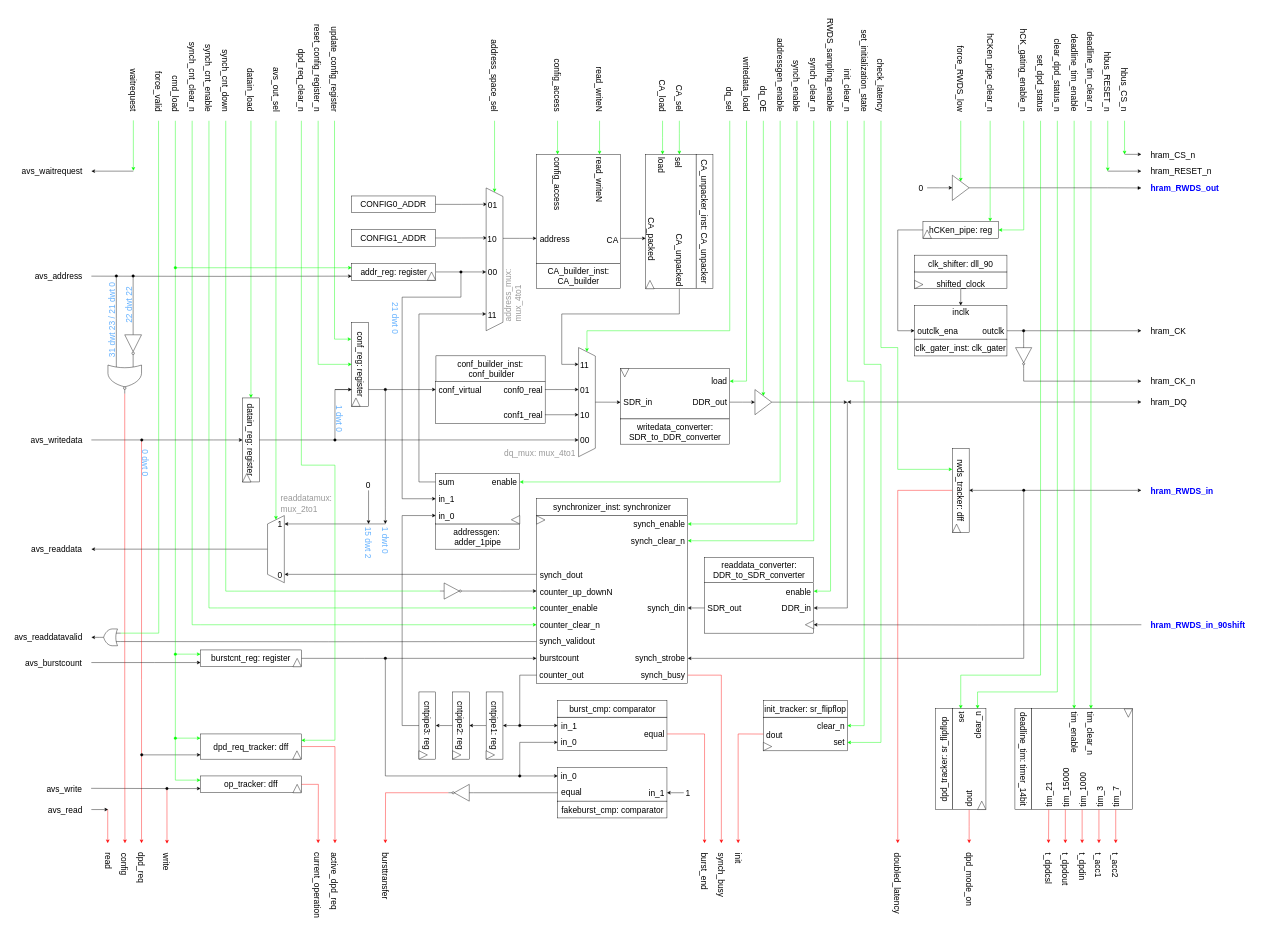
Above: page "RTL TEST" (9 of 9) of hyperram_system/ip/avs_to_hram_converter/schematics/avs_to_hram_converter.drawio in AndreaBononi/Intel_Cyclone10LP_systems (draw.io), before the change. Source tidied: cells renumbered, new cells numbered last; positions are measured from the earlier drawing's top-left corner, leaving out a move shared by most shapes. Both pictures are drawn from the tidied source at 42%, with x=0, y=0 at pixel (7, 51).
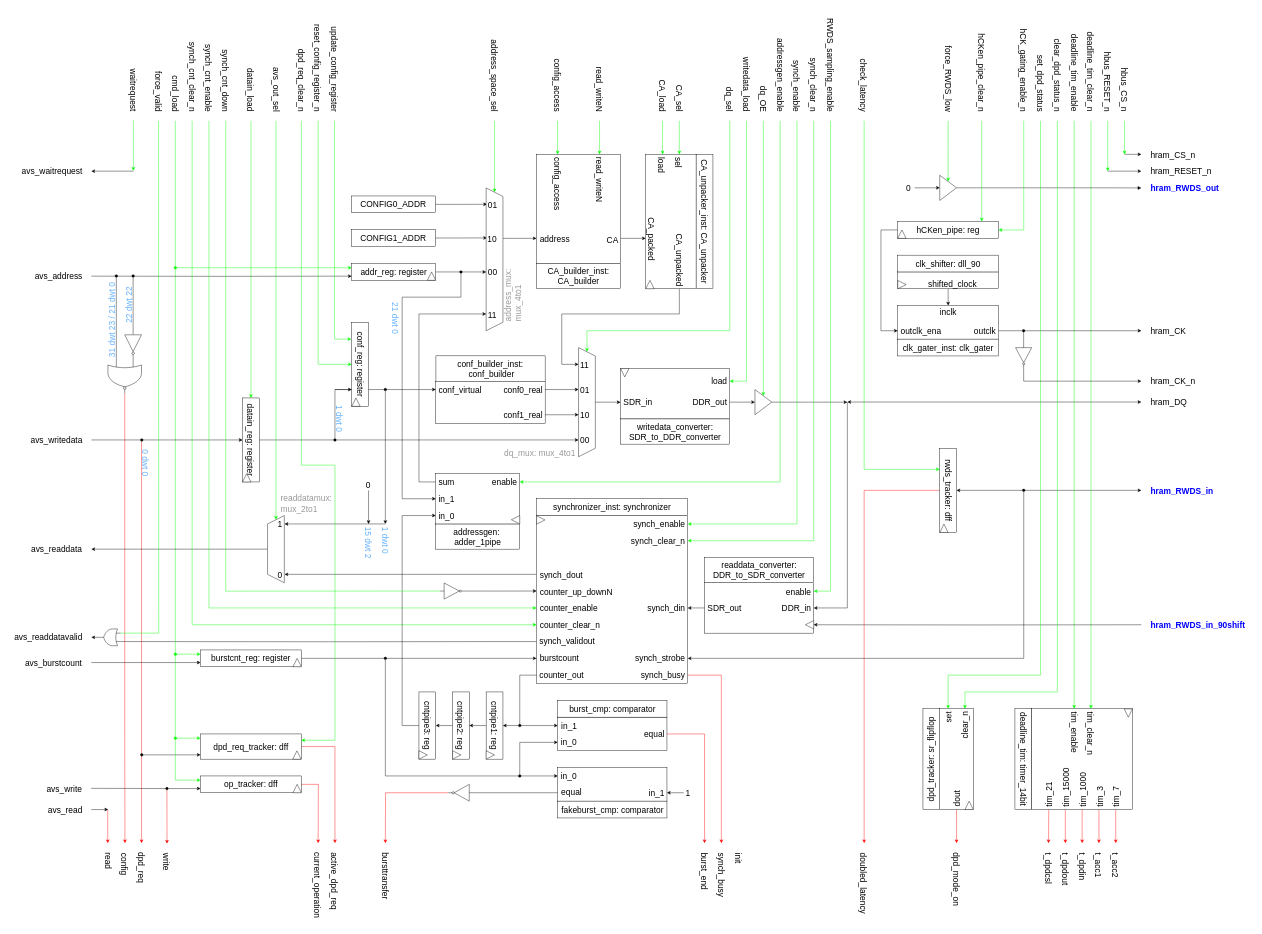
Above is the later version.

Change to the diagram source:
```diff
@@
     <mxCell id="34" style="edgeStyle=orthogonalEdgeStyle;rounded=0;jettySize=auto;html=1;strokeColor=default;entryX=0;entryY=0.75;entryDx=0;entryDy=0;exitX=0.5;exitY=1;exitDx=0;exitDy=0;" parent="1" edge="1" source="328" target="70">
       <mxGeometry relative="1" as="geometry">
         <Array as="points">
-          <mxPoint x="2120" y="425" />
-          <mxPoint x="2120" y="665" />
+          <mxPoint x="2080" y="425" />
+          <mxPoint x="2080" y="665" />
         </Array>
       </mxGeometry>
     </mxCell>
@@
     <mxCell id="38" style="rounded=0;whiteSpace=wrap;html=1;fontSize=20;rotation=0;" parent="1" vertex="1">
-      <mxGeometry x="2160" y="525" width="220" height="40" as="geometry" />
+      <mxGeometry x="2120" y="525" width="240" height="40" as="geometry" />
     </mxCell>
     <mxCell id="39" value="&lt;font style=&quot;font-size: 20px;&quot;&gt;clk_shifter: dll_90&lt;br style=&quot;font-size: 20px;&quot;&gt;&lt;/font&gt;" style="rounded=0;whiteSpace=wrap;html=1;fontSize=20;rotation=0;" parent="1" vertex="1">
-      <mxGeometry x="2160" y="485" width="220" height="40" as="geometry" />
+      <mxGeometry x="2120" y="485" width="240" height="40" as="geometry" />
     </mxCell>
     <mxCell id="40" value="&lt;div align=&quot;center&quot; style=&quot;font-size: 20px;&quot;&gt;&lt;font style=&quot;font-size: 20px;&quot;&gt;shifted_clock&lt;/font&gt;&lt;/div&gt;" style="text;html=1;align=center;verticalAlign=middle;strokeColor=none;fillColor=none;fontSize=20;rotation=0;" parent="1" vertex="1">
-      <mxGeometry x="2200" y="533" width="140" height="40" as="geometry" />
+      <mxGeometry x="2180" y="533" width="140" height="40" as="geometry" />
     </mxCell>
@@
     <mxCell id="49" value="dpd_mode_on" style="text;html=1;align=left;verticalAlign=middle;strokeColor=none;fillColor=none;fontSize=20;rotation=90;" parent="1" vertex="1">
-      <mxGeometry x="2215" y="1960" width="150" height="40" as="geometry" />
+      <mxGeometry x="2185" y="1960" width="150" height="40" as="geometry" />
     </mxCell>
-    <mxCell id="50" style="edgeStyle=orthogonalEdgeStyle;rounded=0;jettySize=auto;html=1;strokeColor=#00FF00;entryX=1;entryY=0.25;entryDx=0;entryDy=0;" parent="1" edge="1" target="303">
-      <mxGeometry relative="1" as="geometry">
-        <mxPoint x="2000" y="165" as="sourcePoint" />
-        <Array as="points">
-          <mxPoint x="2000" y="785" />
-          <mxPoint x="2040" y="785" />
-          <mxPoint x="2040" y="1605" />
-        </Array>
-      </mxGeometry>
-    </mxCell>
@@
-    <mxCell id="52" style="edgeStyle=orthogonalEdgeStyle;rounded=0;jettySize=auto;html=1;strokeColor=#00FF00;entryX=1;entryY=0.75;entryDx=0;entryDy=0;" parent="1" edge="1" target="303">
-      <mxGeometry relative="1" as="geometry">
-        <mxPoint x="2040" y="165" as="sourcePoint" />
-        <Array as="points">
-          <mxPoint x="2040" y="745" />
-          <mxPoint x="2080" y="745" />
-          <mxPoint x="2080" y="1645" />
-        </Array>
-      </mxGeometry>
-    </mxCell>
@@
     <mxCell id="70" style="rounded=0;whiteSpace=wrap;html=1;fontSize=20;rotation=0;" parent="1" vertex="1">
-      <mxGeometry x="2160" y="605" width="220" height="80" as="geometry" />
+      <mxGeometry x="2120" y="605" width="240" height="80" as="geometry" />
     </mxCell>
     <mxCell id="71" value="&lt;font style=&quot;font-size: 20px;&quot;&gt;clk_gater_inst: clk_gater&lt;br style=&quot;font-size: 20px;&quot;&gt;&lt;/font&gt;" style="rounded=0;whiteSpace=wrap;html=1;fontSize=20;rotation=0;" parent="1" vertex="1">
-      <mxGeometry x="2160" y="685" width="220" height="40" as="geometry" />
+      <mxGeometry x="2120" y="685" width="240" height="40" as="geometry" />
     </mxCell>
     <mxCell id="72" value="outclk" style="text;html=1;align=right;verticalAlign=middle;strokeColor=none;fillColor=none;fontSize=20;rotation=0;" parent="1" vertex="1">
-      <mxGeometry x="2295" y="645" width="80" height="40" as="geometry" />
+      <mxGeometry x="2275" y="645" width="80" height="40" as="geometry" />
     </mxCell>
     <mxCell id="73" value="outclk_ena" style="text;html=1;align=left;verticalAlign=middle;strokeColor=none;fillColor=none;fontSize=20;rotation=0;" parent="1" vertex="1">
-      <mxGeometry x="2165" y="645" width="120" height="40" as="geometry" />
+      <mxGeometry x="2125" y="645" width="120" height="40" as="geometry" />
     </mxCell>
@@
     <mxCell id="136" style="edgeStyle=orthogonalEdgeStyle;rounded=0;jettySize=auto;html=1;strokeColor=#00FF00;entryX=0.5;entryY=0;entryDx=0;entryDy=0;" parent="1" edge="1" target="171">
       <mxGeometry relative="1" as="geometry">
-        <mxPoint x="2270" y="165" as="sourcePoint" />
+        <mxPoint x="2240" y="165" as="sourcePoint" />
         <Array as="points">
-          <mxPoint x="2270" y="225" />
-          <mxPoint x="2270" y="225" />
+          <mxPoint x="2240" y="225" />
+          <mxPoint x="2240" y="225" />
         </Array>
       </mxGeometry>
     </mxCell>
     <mxCell id="137" value="&lt;font style=&quot;font-size: 20px;&quot;&gt;force_RWDS_low&lt;/font&gt;" style="text;html=1;align=right;verticalAlign=middle;strokeColor=none;fillColor=none;rotation=90;fontSize=15;" parent="1" vertex="1">
-      <mxGeometry x="2180" y="35" width="180" height="40" as="geometry" />
+      <mxGeometry x="2150" y="35" width="180" height="40" as="geometry" />
     </mxCell>
@@
     <mxCell id="142" style="endArrow=classic;html=1;rounded=0;strokeColor=#FF0000;edgeStyle=orthogonalEdgeStyle;exitX=1;exitY=0.5;exitDx=0;exitDy=0;" parent="1" edge="1" source="144">
       <mxGeometry relative="1" as="geometry">
-        <mxPoint x="2120" y="1885" as="targetPoint" />
+        <mxPoint x="2040" y="1885" as="targetPoint" />
         <Array as="points">
-          <mxPoint x="2120" y="1045" />
-          <mxPoint x="2120" y="1885" />
+          <mxPoint x="2040" y="1045" />
+          <mxPoint x="2040" y="1885" />
         </Array>
       </mxGeometry>
     </mxCell>
     <mxCell id="143" value="doubled_latency" style="text;html=1;align=left;verticalAlign=middle;strokeColor=none;fillColor=none;fontSize=20;rotation=90;" parent="1" vertex="1">
-      <mxGeometry x="2035" y="1971" width="170" height="40" as="geometry" />
+      <mxGeometry x="1954" y="1971" width="170" height="40" as="geometry" />
     </mxCell>
     <mxCell id="144" value="&lt;font style=&quot;font-size: 20px;&quot;&gt;rwds_tracker: dff&lt;/font&gt;" style="rounded=0;whiteSpace=wrap;html=1;horizontal=1;direction=south;fontSize=20;rotation=90;" parent="1" vertex="1">
-      <mxGeometry x="2170" y="1025" width="200" height="40" as="geometry" />
+      <mxGeometry x="2140" y="1025" width="200" height="40" as="geometry" />
     </mxCell>
     <mxCell id="145" style="triangle;whiteSpace=wrap;html=1;direction=east;fontSize=15;horizontal=1;rotation=-90;" parent="1" vertex="1">
-      <mxGeometry x="2250" y="1125.5" width="20" height="19.5" as="geometry" />
+      <mxGeometry x="2220" y="1125.5" width="20" height="19.5" as="geometry" />
     </mxCell>
-    <mxCell id="146" style="edgeStyle=orthogonalEdgeStyle;rounded=0;orthogonalLoop=1;jettySize=auto;html=1;strokeColor=#00FF00;" parent="1" edge="1">
+    <mxCell id="146" style="edgeStyle=orthogonalEdgeStyle;rounded=0;jettySize=auto;html=1;strokeColor=#00FF00;entryX=1;entryY=0.75;entryDx=0;entryDy=0;" parent="1" edge="1" target="144">
       <mxGeometry relative="1" as="geometry">
-        <mxPoint x="2080" y="165" as="sourcePoint" />
-        <mxPoint x="2250" y="995" as="targetPoint" />
+        <mxPoint x="2040" y="165" as="sourcePoint" />
         <Array as="points">
-          <mxPoint x="2080" y="705" />
-          <mxPoint x="2120" y="705" />
-          <mxPoint x="2120" y="995" />
+          <mxPoint x="2040" y="995" />
         </Array>
       </mxGeometry>
     </mxCell>
     <mxCell id="147" value="&lt;font style=&quot;font-size: 20px;&quot;&gt;check_latency&lt;/font&gt;" style="text;html=1;align=right;verticalAlign=middle;strokeColor=none;fillColor=none;rotation=90;fontSize=15;" parent="1" vertex="1">
-      <mxGeometry x="2005" y="50" width="150" height="40" as="geometry" />
+      <mxGeometry x="1964" y="50" width="150" height="40" as="geometry" />
     </mxCell>
@@
     <mxCell id="170" style="edgeStyle=orthogonalEdgeStyle;rounded=0;jettySize=auto;html=1;exitX=0;exitY=0.5;exitDx=0;exitDy=0;entryX=0;entryY=0.5;entryDx=0;entryDy=0;" parent="1" edge="1" target="171">
       <mxGeometry relative="1" as="geometry">
-        <mxPoint x="2190" y="324.7" as="sourcePoint" />
+        <mxPoint x="2160" y="324.7" as="sourcePoint" />
         <Array as="points">
-          <mxPoint x="2220" y="323.9" />
-          <mxPoint x="2220" y="323.9" />
+          <mxPoint x="2190" y="323.9" />
+          <mxPoint x="2190" y="323.9" />
         </Array>
       </mxGeometry>
     </mxCell>
     <mxCell id="171" style="triangle;whiteSpace=wrap;html=1;align=left;" parent="1" vertex="1">
-      <mxGeometry x="2250" y="294.7" width="40" height="60" as="geometry" />
+      <mxGeometry x="2220" y="294.7" width="40" height="60" as="geometry" />
     </mxCell>
     <mxCell id="172" value="&lt;font style=&quot;font-size: 20px;&quot;&gt;0&lt;/font&gt;" style="text;html=1;align=center;verticalAlign=middle;strokeColor=none;fillColor=none;" parent="1" vertex="1">
-      <mxGeometry x="2160" y="305.1" width="30" height="40" as="geometry" />
+      <mxGeometry x="2130" y="305.1" width="30" height="40" as="geometry" />
     </mxCell>
@@
     <mxCell id="291" style="edgeStyle=orthogonalEdgeStyle;rounded=0;jettySize=auto;html=1;exitX=0;exitY=0.5;exitDx=0;exitDy=0;strokeColor=#FF0000;" parent="1" edge="1" source="292">
       <mxGeometry relative="1" as="geometry">
-        <mxPoint x="2290" y="1885" as="targetPoint" />
+        <mxPoint x="2260" y="1885" as="targetPoint" />
       </mxGeometry>
     </mxCell>
     <mxCell id="292" style="rounded=0;whiteSpace=wrap;html=1;fontSize=20;rotation=-90;" parent="1" vertex="1">
-      <mxGeometry x="2170" y="1645" width="240" height="80" as="geometry" />
+      <mxGeometry x="2140" y="1645" width="240" height="80" as="geometry" />
     </mxCell>
     <mxCell id="293" value="&lt;font style=&quot;font-size: 20px;&quot;&gt;dpd_tracker: sr_flipflop&lt;/font&gt;" style="rounded=0;whiteSpace=wrap;html=1;fontSize=20;rotation=-90;" parent="1" vertex="1">
-      <mxGeometry x="2110" y="1665" width="240" height="40" as="geometry" />
+      <mxGeometry x="2080" y="1665" width="240" height="40" as="geometry" />
     </mxCell>
     <mxCell id="294" value="set" style="text;html=1;align=right;verticalAlign=middle;strokeColor=none;fillColor=none;fontSize=20;rotation=-89;" parent="1" vertex="1">
-      <mxGeometry x="2245" y="1575.2" width="50" height="40" as="geometry" />
+      <mxGeometry x="2215" y="1575.2" width="50" height="40" as="geometry" />
     </mxCell>
     <mxCell id="295" value="&lt;div style=&quot;font-size: 20px;&quot;&gt;dout&lt;/div&gt;" style="text;html=1;align=left;verticalAlign=middle;strokeColor=none;fillColor=none;fontSize=20;rotation=-90;" parent="1" vertex="1">
-      <mxGeometry x="2260" y="1750" width="60" height="40" as="geometry" />
+      <mxGeometry x="2230" y="1750" width="60" height="40" as="geometry" />
     </mxCell>
     <mxCell id="296" style="triangle;whiteSpace=wrap;html=1;direction=east;fontSize=20;rotation=-90;" parent="1" vertex="1">
-      <mxGeometry x="2310" y="1785" width="20" height="20" as="geometry" />
+      <mxGeometry x="2280" y="1785" width="20" height="20" as="geometry" />
     </mxCell>
     <mxCell id="297" value="clear_n" style="text;html=1;align=right;verticalAlign=middle;strokeColor=none;fillColor=none;fontSize=20;rotation=-90;" parent="1" vertex="1">
-      <mxGeometry x="2265" y="1595" width="90" height="40" as="geometry" />
+      <mxGeometry x="2235" y="1595" width="90" height="40" as="geometry" />
     </mxCell>
@@
     <mxCell id="299" style="edgeStyle=orthogonalEdgeStyle;rounded=0;jettySize=auto;html=1;strokeColor=#00FF00;entryX=1;entryY=0.75;entryDx=0;entryDy=0;" parent="1" edge="1" target="292">
       <mxGeometry relative="1" as="geometry">
         <mxPoint x="2500" y="165" as="sourcePoint" />
         <Array as="points">
           <mxPoint x="2500" y="1525" />
-          <mxPoint x="2310" y="1525" />
+          <mxPoint x="2280" y="1525" />
         </Array>
       </mxGeometry>
     </mxCell>
     <mxCell id="300" style="edgeStyle=orthogonalEdgeStyle;rounded=0;jettySize=auto;html=1;strokeColor=#00FF00;entryX=1;entryY=0.25;entryDx=0;entryDy=0;" parent="1" edge="1" target="292">
       <mxGeometry relative="1" as="geometry">
         <mxPoint x="2460" y="165" as="sourcePoint" />
         <Array as="points">
           <mxPoint x="2460" y="1485" />
-          <mxPoint x="2270" y="1485" />
+          <mxPoint x="2240" y="1485" />
         </Array>
       </mxGeometry>
     </mxCell>
-    <mxCell id="301" value="set_initialization_state" style="text;html=1;align=right;verticalAlign=middle;strokeColor=none;fillColor=none;fontSize=20;rotation=90;" parent="1" vertex="1">
-      <mxGeometry x="1930" y="15.1" width="220" height="40" as="geometry" />
-    </mxCell>
-    <mxCell id="302" value="init_clear_n" style="text;html=1;align=right;verticalAlign=middle;strokeColor=none;fillColor=none;fontSize=20;rotation=90;" parent="1" vertex="1">
-      <mxGeometry x="1935" y="60.1" width="130" height="40" as="geometry" />
-    </mxCell>
-    <mxCell id="303" style="rounded=0;whiteSpace=wrap;html=1;fontSize=20;" parent="1" vertex="1">
-      <mxGeometry x="1800" y="1585.2" width="200" height="80" as="geometry" />
-    </mxCell>
-    <mxCell id="304" value="&lt;font style=&quot;font-size: 20px;&quot;&gt;init_tracker: sr_flipflop&lt;/font&gt;" style="rounded=0;whiteSpace=wrap;html=1;fontSize=20;" parent="1" vertex="1">
-      <mxGeometry x="1800" y="1545" width="200" height="40" as="geometry" />
-    </mxCell>
-    <mxCell id="305" value="set" style="text;html=1;align=right;verticalAlign=middle;strokeColor=none;fillColor=none;fontSize=20;" parent="1" vertex="1">
-      <mxGeometry x="1945" y="1625" width="50" height="40" as="geometry" />
-    </mxCell>
-    <mxCell id="306" value="&lt;div style=&quot;font-size: 20px;&quot;&gt;dout&lt;/div&gt;" style="text;html=1;align=left;verticalAlign=middle;strokeColor=none;fillColor=none;fontSize=20;" parent="1" vertex="1">
-      <mxGeometry x="1804.5" y="1606" width="60" height="40" as="geometry" />
-    </mxCell>
-    <mxCell id="307" style="triangle;whiteSpace=wrap;html=1;direction=east;fontSize=20;" parent="1" vertex="1">
-      <mxGeometry x="1800" y="1645" width="20" height="20" as="geometry" />
-    </mxCell>
-    <mxCell id="308" value="clear_n" style="text;html=1;align=right;verticalAlign=middle;strokeColor=none;fillColor=none;fontSize=20;" parent="1" vertex="1">
-      <mxGeometry x="1905" y="1585" width="90" height="40" as="geometry" />
-    </mxCell>
-    <mxCell id="309" style="endArrow=classic;html=1;rounded=0;strokeColor=#FF0000;exitX=0;exitY=0.5;exitDx=0;exitDy=0;" parent="1" edge="1" source="303">
-      <mxGeometry relative="1" as="geometry">
-        <mxPoint x="1740" y="1885" as="targetPoint" />
-        <Array as="points">
-          <mxPoint x="1740" y="1625" />
-        </Array>
-      </mxGeometry>
-    </mxCell>
@@
     <mxCell id="324" style="triangle;whiteSpace=wrap;html=1;direction=west;fontSize=20;rotation=-180;" parent="1" vertex="1">
-      <mxGeometry x="2160" y="545" width="20" height="20" as="geometry" />
+      <mxGeometry x="2120" y="545.2" width="20" height="20" as="geometry" />
     </mxCell>
     <mxCell id="325" value="inclk" style="text;html=1;align=center;verticalAlign=middle;strokeColor=none;fillColor=none;fontSize=20;rotation=0;" parent="1" vertex="1">
-      <mxGeometry x="2240" y="600.4" width="60" height="40" as="geometry" />
+      <mxGeometry x="2210" y="600.4" width="60" height="40" as="geometry" />
     </mxCell>
@@
     <mxCell id="327" style="edgeStyle=orthogonalEdgeStyle;rounded=0;orthogonalLoop=1;jettySize=auto;html=1;strokeColor=#00FF00;" parent="1" edge="1">
       <mxGeometry relative="1" as="geometry">
-        <mxPoint x="2340" y="165" as="sourcePoint" />
-        <mxPoint x="2340" y="405" as="targetPoint" />
+        <mxPoint x="2320" y="165" as="sourcePoint" />
+        <mxPoint x="2320" y="405" as="targetPoint" />
         <Array as="points">
-          <mxPoint x="2340" y="275" />
-          <mxPoint x="2340" y="275" />
+          <mxPoint x="2320" y="275" />
+          <mxPoint x="2320" y="275" />
         </Array>
       </mxGeometry>
     </mxCell>
     <mxCell id="328" value="&lt;font style=&quot;font-size: 20px;&quot;&gt;hCKen_pipe: reg&lt;/font&gt;" style="rounded=0;whiteSpace=wrap;html=1;horizontal=1;direction=south;fontSize=20;rotation=0;align=center;" parent="1" vertex="1">
-      <mxGeometry x="2180" y="405" width="180" height="40" as="geometry" />
+      <mxGeometry x="2120" y="405" width="240" height="40" as="geometry" />
     </mxCell>
     <mxCell id="329" style="triangle;whiteSpace=wrap;html=1;direction=west;fontSize=20;rotation=90;align=center;" parent="1" vertex="1">
-      <mxGeometry x="2180" y="425" width="20" height="20" as="geometry" />
+      <mxGeometry x="2120" y="425" width="20" height="20" as="geometry" />
     </mxCell>
     <mxCell id="330" value="&lt;font style=&quot;font-size: 20px;&quot;&gt;hCKen_pipe_clear_n&lt;/font&gt;" style="text;html=1;align=right;verticalAlign=middle;strokeColor=none;fillColor=none;rotation=90;fontSize=15;" parent="1" vertex="1">
-      <mxGeometry x="2235" y="20" width="210" height="40" as="geometry" />
+      <mxGeometry x="2215" y="20" width="210" height="40" as="geometry" />
     </mxCell>
```
